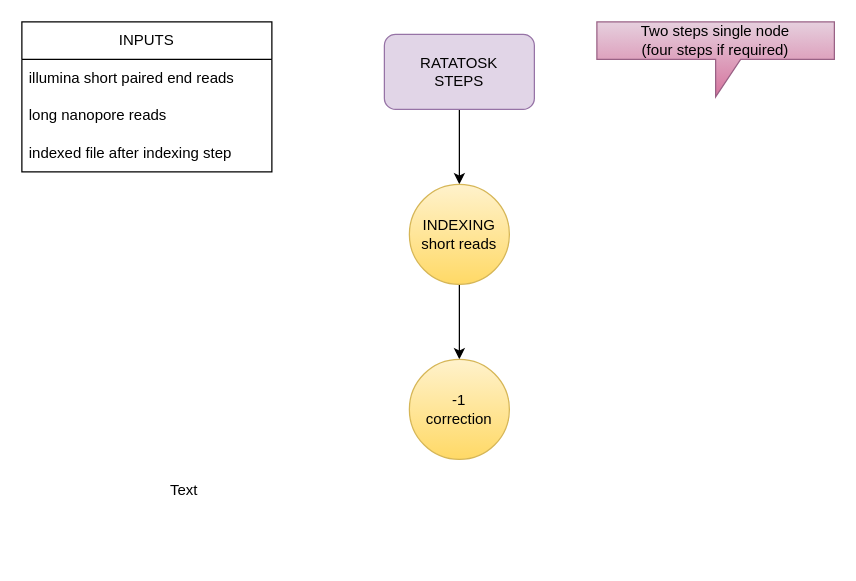
Earlier version of the draw.io diagram page "Page-4" (3 of 4) of Untitled Diagram.drawio (anukrati0306/anukrati0306). Source tidied: cells renumbered, new cells numbered last; positions are measured from the earlier drawing's top-left corner, leaving out a move shared by most shapes. Both pictures are drawn from the tidied source at 125%, with x=0, y=0 at pixel (21, 21).
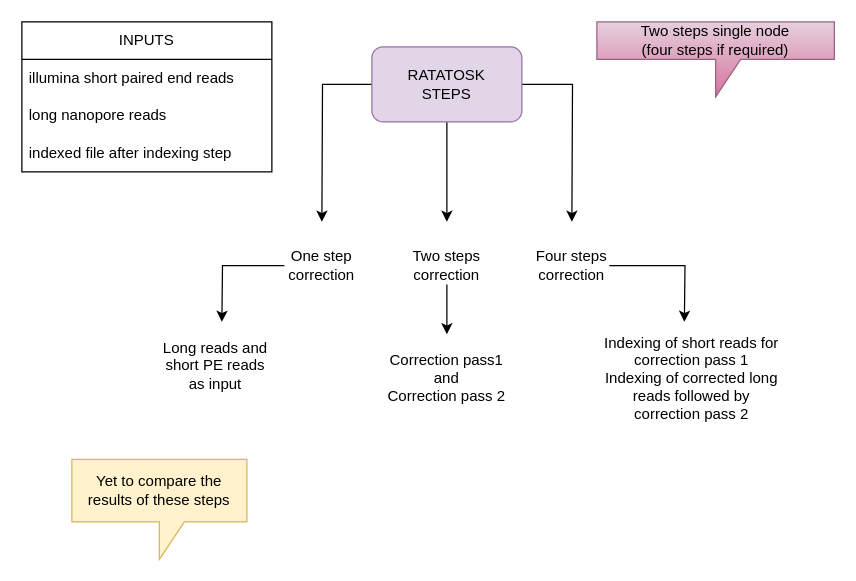
The same page after the edit.

Change to the diagram source:
```diff
@@
-    <mxCell id="2" style="edgeStyle=orthogonalEdgeStyle;rounded=0;jettySize=auto;html=1;" parent="1" edge="1" source="3" target="10">
-      <mxGeometry relative="1" as="geometry" />
-    </mxCell>
+    <mxCell id="13" style="edgeStyle=orthogonalEdgeStyle;rounded=0;jettySize=auto;html=1;" parent="1" edge="1" source="3">
+      <mxGeometry relative="1" as="geometry">
+        <mxPoint x="340" y="160" as="targetPoint" />
+      </mxGeometry>
+    </mxCell>
+    <mxCell id="14" style="edgeStyle=orthogonalEdgeStyle;rounded=0;jettySize=auto;html=1;" parent="1" edge="1" source="3">
+      <mxGeometry relative="1" as="geometry">
+        <mxPoint x="240" y="160" as="targetPoint" />
+      </mxGeometry>
+    </mxCell>
+    <mxCell id="15" style="edgeStyle=orthogonalEdgeStyle;rounded=0;jettySize=auto;html=1;" parent="1" edge="1" source="3">
+      <mxGeometry relative="1" as="geometry">
+        <mxPoint x="440" y="160" as="targetPoint" />
+      </mxGeometry>
+    </mxCell>
     <mxCell id="3" value="&lt;div&gt;RATATOSK&lt;/div&gt;&lt;div&gt;STEPS&lt;br&gt;&lt;/div&gt;" style="rounded=1;whiteSpace=wrap;html=1;fillColor=#e1d5e7;strokeColor=#9673a6;" parent="1" vertex="1">
-      <mxGeometry x="290" y="10" width="120" height="60" as="geometry" />
+      <mxGeometry x="280" y="20" width="120" height="60" as="geometry" />
     </mxCell>
@@
-    <mxCell id="9" style="edgeStyle=orthogonalEdgeStyle;rounded=0;jettySize=auto;html=1;" parent="1" edge="1" source="10">
-      <mxGeometry relative="1" as="geometry">
-        <mxPoint x="350" y="270" as="targetPoint" />
-      </mxGeometry>
-    </mxCell>
-    <mxCell id="10" value="&lt;div&gt;INDEXING&lt;/div&gt;&lt;div&gt;short reads&lt;br&gt;&lt;/div&gt;" style="ellipse;whiteSpace=wrap;html=1;fillColor=#fff2cc;gradientColor=#ffd966;strokeColor=#d6b656;" parent="1" vertex="1">
-      <mxGeometry x="310" y="130" width="80" height="80" as="geometry" />
-    </mxCell>
-    <mxCell id="11" value="&lt;div&gt;-1&lt;/div&gt;&lt;div&gt;correction&lt;br&gt;&lt;/div&gt;" style="ellipse;whiteSpace=wrap;html=1;fillColor=#fff2cc;gradientColor=#ffd966;strokeColor=#d6b656;" parent="1" vertex="1">
-      <mxGeometry x="310" y="270" width="80" height="80" as="geometry" />
-    </mxCell>
-    <mxCell id="12" value="Text" style="text;html=1;strokeColor=none;fillColor=none;align=center;verticalAlign=middle;whiteSpace=wrap;rounded=0;" parent="1" vertex="1">
-      <mxGeometry x="100" y="360" width="60" height="30" as="geometry" />
-    </mxCell>
+    <mxCell id="16" style="edgeStyle=orthogonalEdgeStyle;rounded=0;jettySize=auto;html=1;" parent="1" edge="1" source="17">
+      <mxGeometry relative="1" as="geometry">
+        <mxPoint x="160" y="240" as="targetPoint" />
+      </mxGeometry>
+    </mxCell>
+    <mxCell id="17" value="&lt;div&gt;One step &lt;br&gt;&lt;/div&gt;&lt;div&gt;correction&lt;br&gt;&lt;/div&gt;" style="text;html=1;strokeColor=none;fillColor=none;align=center;verticalAlign=middle;whiteSpace=wrap;rounded=0;" parent="1" vertex="1">
+      <mxGeometry x="210" y="180" width="60" height="30" as="geometry" />
+    </mxCell>
+    <mxCell id="18" style="edgeStyle=orthogonalEdgeStyle;rounded=0;jettySize=auto;html=1;" parent="1" edge="1" source="19">
+      <mxGeometry relative="1" as="geometry">
+        <mxPoint x="340" y="250" as="targetPoint" />
+      </mxGeometry>
+    </mxCell>
+    <mxCell id="19" value="&lt;div&gt;Two steps&lt;/div&gt;&lt;div&gt;correction&lt;br&gt;&lt;/div&gt;" style="text;html=1;strokeColor=none;fillColor=none;align=center;verticalAlign=middle;whiteSpace=wrap;rounded=0;" parent="1" vertex="1">
+      <mxGeometry x="310" y="180" width="60" height="30" as="geometry" />
+    </mxCell>
+    <mxCell id="20" style="edgeStyle=orthogonalEdgeStyle;rounded=0;jettySize=auto;html=1;" parent="1" edge="1" source="21">
+      <mxGeometry relative="1" as="geometry">
+        <mxPoint x="530" y="240" as="targetPoint" />
+      </mxGeometry>
+    </mxCell>
+    <mxCell id="21" value="&lt;div&gt;Four steps &lt;br&gt;&lt;/div&gt;&lt;div&gt;correction&lt;br&gt;&lt;/div&gt;" style="text;html=1;strokeColor=none;fillColor=none;align=center;verticalAlign=middle;whiteSpace=wrap;rounded=0;" parent="1" vertex="1">
+      <mxGeometry x="410" y="180" width="60" height="30" as="geometry" />
+    </mxCell>
+    <mxCell id="22" value="Long reads and short PE reads as input" style="text;html=1;strokeColor=none;fillColor=none;align=center;verticalAlign=middle;whiteSpace=wrap;rounded=0;" parent="1" vertex="1">
+      <mxGeometry x="110" y="260" width="90" height="30" as="geometry" />
+    </mxCell>
+    <mxCell id="23" value="&lt;div&gt;Correction pass1 &lt;br&gt;&lt;/div&gt;&lt;div&gt;and&lt;/div&gt;&lt;div&gt;Correction pass 2 &lt;br&gt;&lt;/div&gt;" style="text;html=1;strokeColor=none;fillColor=none;align=center;verticalAlign=middle;whiteSpace=wrap;rounded=0;" parent="1" vertex="1">
+      <mxGeometry x="285" y="270" width="110" height="30" as="geometry" />
+    </mxCell>
+    <mxCell id="24" value="&lt;div align=&quot;center&quot;&gt;Indexing of short reads for correction pass 1&lt;br&gt;&lt;/div&gt;&lt;div align=&quot;center&quot;&gt;Indexing of corrected long reads followed by correction pass 2&lt;br&gt;&lt;/div&gt;" style="text;html=1;strokeColor=none;fillColor=none;align=left;verticalAlign=middle;whiteSpace=wrap;rounded=0;" parent="1" vertex="1">
+      <mxGeometry x="460" y="270" width="150" height="30" as="geometry" />
+    </mxCell>
+    <mxCell id="25" value="&lt;div&gt;Yet to compare the results of these steps&lt;/div&gt;" style="shape=callout;whiteSpace=wrap;html=1;perimeter=calloutPerimeter;fillColor=#fff2cc;strokeColor=#d6b656;" parent="1" vertex="1">
+      <mxGeometry x="40" y="350" width="140" height="80" as="geometry" />
+    </mxCell>
```
